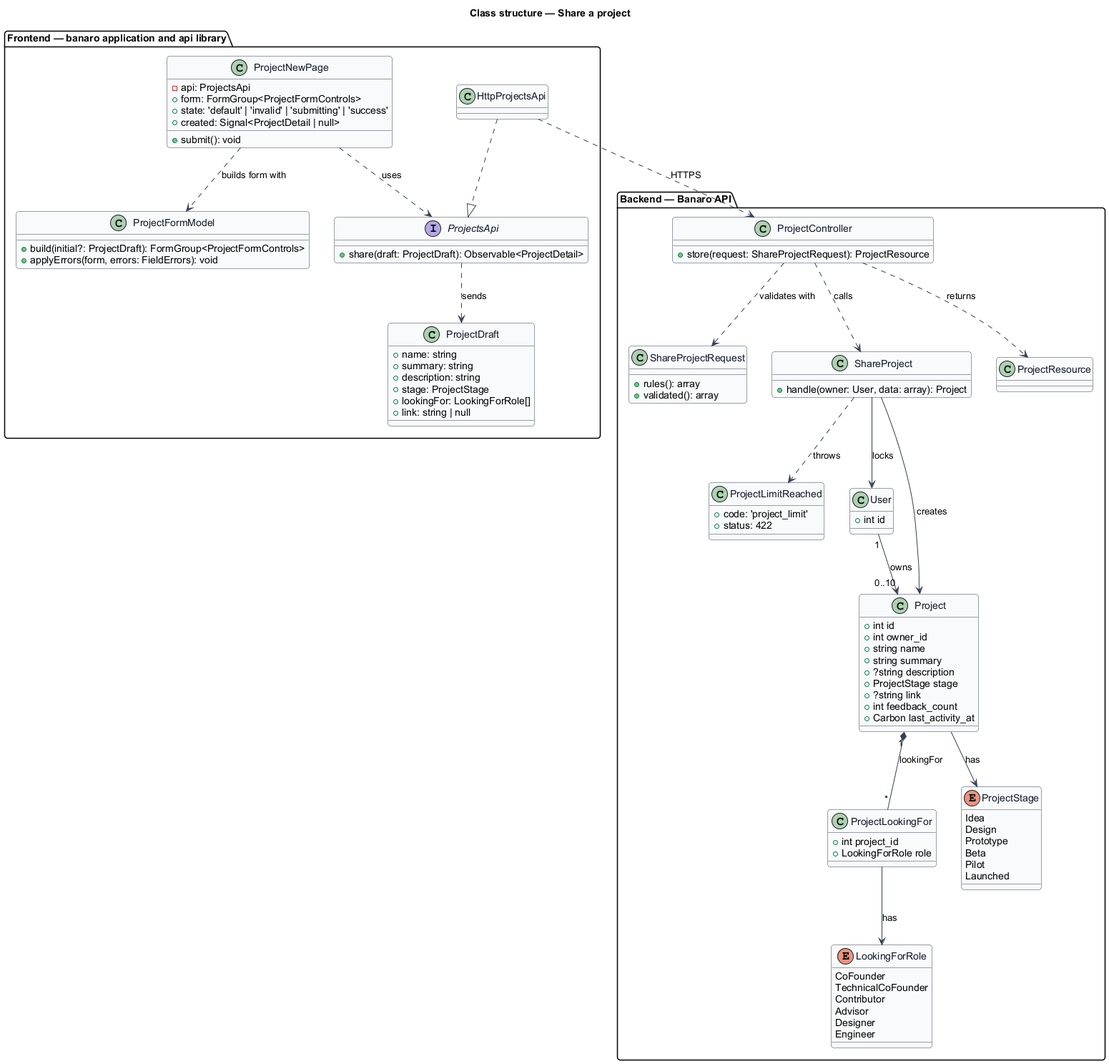
This is docs/detailed-designs/projects/share-project/diagrams/class-structure.png from QuinntyneBrown/banaro, a PlantUML export, as it was before one commit. The source it was exported from:
```plantuml
@startuml
skinparam backgroundColor #FFFFFF
skinparam shadowing false
skinparam roundcorner 8
skinparam defaultFontName Arial
skinparam ArrowColor #344054
skinparam class {
  BorderColor #344054
  FontColor #101828
  BackgroundColor #F9FAFB
}
title Class structure — Share a project

package "Frontend — banaro application and api library" {
  class ProjectNewPage {
    -api: ProjectsApi
    +form: FormGroup<ProjectFormControls>
    +state: 'default' | 'invalid' | 'submitting' | 'success'
    +created: Signal<ProjectDetail | null>
    +submit(): void
  }
  class ProjectFormModel {
    +build(initial?: ProjectDraft): FormGroup<ProjectFormControls>
    +applyErrors(form, errors: FieldErrors): void
  }
  interface ProjectsApi {
    +share(draft: ProjectDraft): Observable<ProjectDetail>
  }
  class HttpProjectsApi
  class ProjectDraft {
    +name: string
    +summary: string
    +description: string
    +stage: ProjectStage
    +lookingFor: LookingForRole[]
    +link: string | null
  }
}

package "Backend — Banaro API" {
  class ProjectController {
    +store(request: ShareProjectRequest): ProjectResource
  }
  class ShareProjectRequest {
    +rules(): array
    +validated(): array
  }
  class ShareProject {
    +handle(owner: User, data: array): Project
  }
  class ProjectLimitReached {
    +code: 'project_limit'
    +status: 422
  }
  class User {
    +int id
  }
  class Project {
    +int id
    +int owner_id
    +string name
    +string summary
    +?string description
    +ProjectStage stage
    +?string link
    +int feedback_count
    +Carbon last_activity_at
  }
  class ProjectLookingFor {
    +int project_id
    +LookingForRole role
  }
  enum ProjectStage {
    Idea
    Design
    Prototype
    Beta
    Pilot
    Launched
  }
  enum LookingForRole {
    CoFounder
    TechnicalCoFounder
    Contributor
    Advisor
    Designer
    Engineer
  }
  class ProjectResource
}

ProjectNewPage ..> ProjectsApi : uses
ProjectNewPage ..> ProjectFormModel : builds form with
HttpProjectsApi ..|> ProjectsApi
ProjectsApi ..> ProjectDraft : sends
HttpProjectsApi ..> ProjectController : HTTPS

ProjectController ..> ShareProjectRequest : validates with
ProjectController ..> ShareProject : calls
ProjectController ..> ProjectResource : returns
ShareProject ..> ProjectLimitReached : throws
ShareProject --> User : locks
ShareProject --> Project : creates
User "1" --> "0..10" Project : owns
Project "1" *-- "*" ProjectLookingFor : lookingFor
Project --> ProjectStage : has
ProjectLookingFor --> LookingForRole : has
@enduml
```
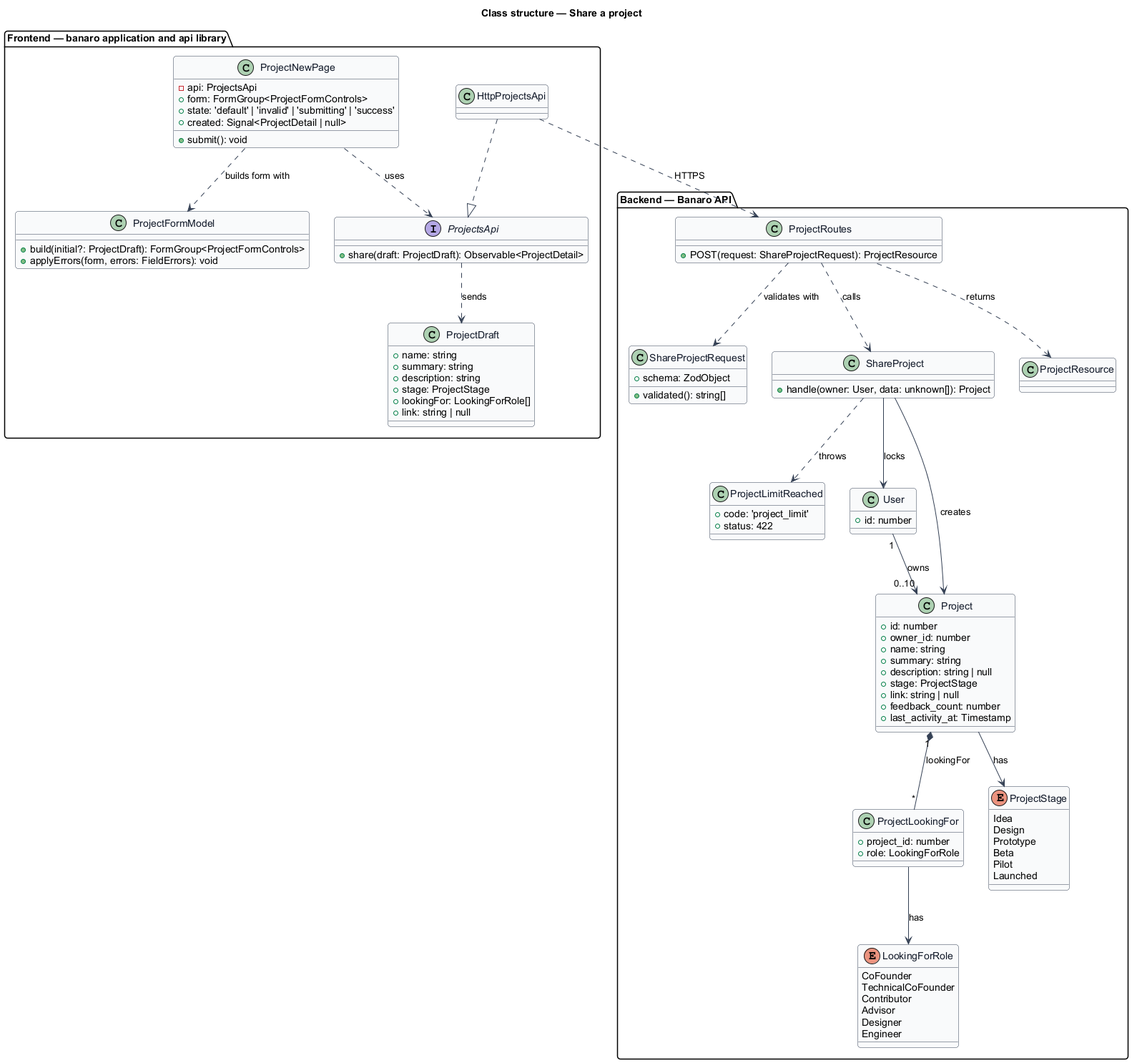
The same diagram one commit later.

What changed in the source:
```diff
@@ -38,37 +38,37 @@
 }
 
 package "Backend — Banaro API" {
-  class ProjectController {
-    +store(request: ShareProjectRequest): ProjectResource
+  class ProjectRoutes {
+    +POST(request: ShareProjectRequest): ProjectResource
   }
   class ShareProjectRequest {
-    +rules(): array
-    +validated(): array
+    +schema: ZodObject
+    +validated(): string[]
   }
   class ShareProject {
-    +handle(owner: User, data: array): Project
+    +handle(owner: User, data: unknown[]): Project
   }
   class ProjectLimitReached {
     +code: 'project_limit'
     +status: 422
   }
   class User {
-    +int id
+    +id: number
   }
   class Project {
-    +int id
-    +int owner_id
-    +string name
-    +string summary
-    +?string description
-    +ProjectStage stage
-    +?string link
-    +int feedback_count
-    +Carbon last_activity_at
+    +id: number
+    +owner_id: number
+    +name: string
+    +summary: string
+    +description: string | null
+    +stage: ProjectStage
+    +link: string | null
+    +feedback_count: number
+    +last_activity_at: Timestamp
   }
   class ProjectLookingFor {
-    +int project_id
-    +LookingForRole role
+    +project_id: number
+    +role: LookingForRole
   }
   enum ProjectStage {
     Idea
@@ -93,11 +93,11 @@
 ProjectNewPage ..> ProjectFormModel : builds form with
 HttpProjectsApi ..|> ProjectsApi
 ProjectsApi ..> ProjectDraft : sends
-HttpProjectsApi ..> ProjectController : HTTPS
+HttpProjectsApi ..> ProjectRoutes : HTTPS
 
-ProjectController ..> ShareProjectRequest : validates with
-ProjectController ..> ShareProject : calls
-ProjectController ..> ProjectResource : returns
+ProjectRoutes ..> ShareProjectRequest : validates with
+ProjectRoutes ..> ShareProject : calls
+ProjectRoutes ..> ProjectResource : returns
 ShareProject ..> ProjectLimitReached : throws
 ShareProject --> User : locks
 ShareProject --> Project : creates
```
